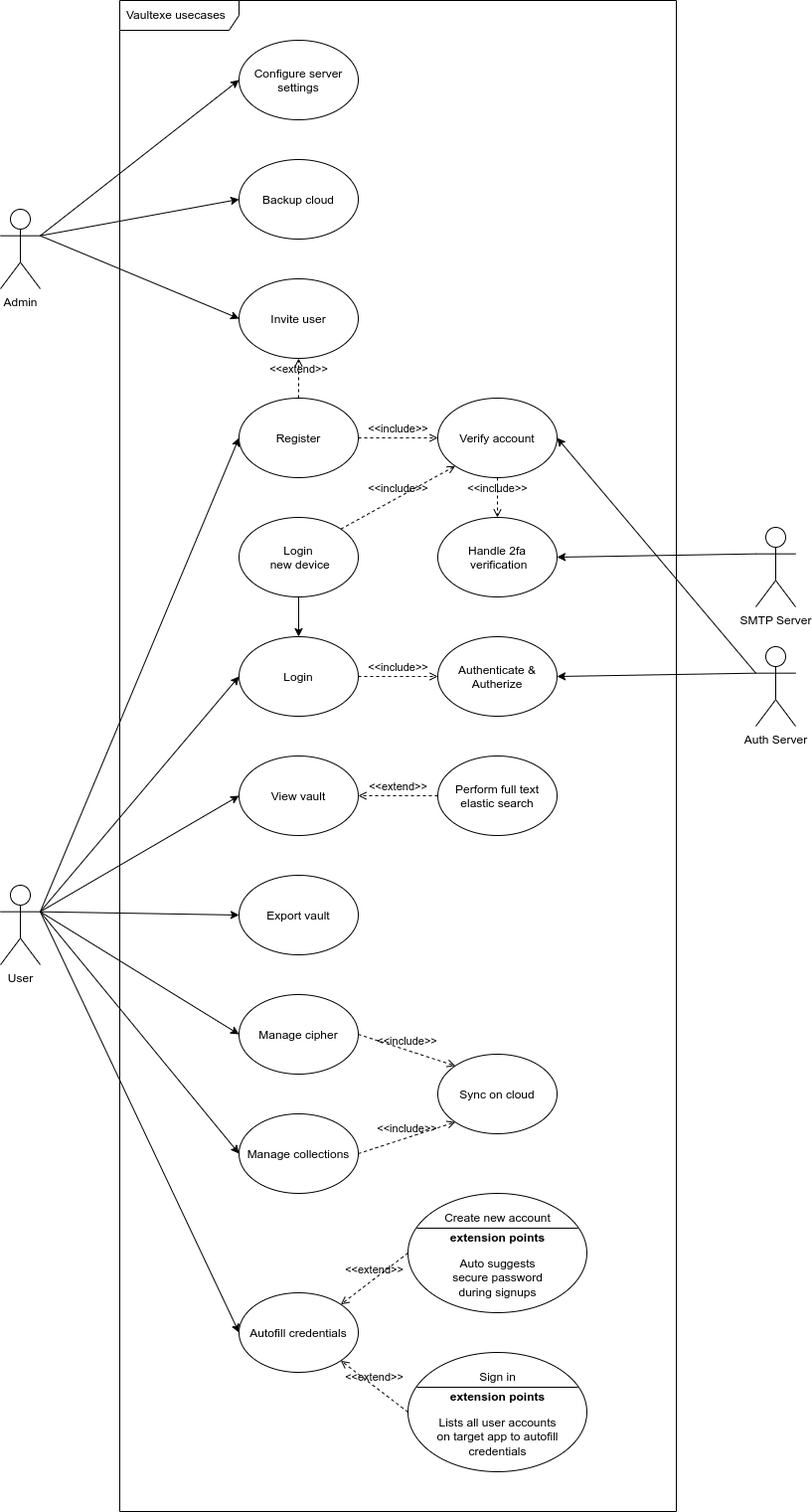
The draw.io diagram usecase.drawio.png in Vaultexe/diagrams, before a commit. Source tidied: cells renumbered, new cells last; positions are measured from the earlier drawing's top-left corner, leaving out a move shared by most shapes.
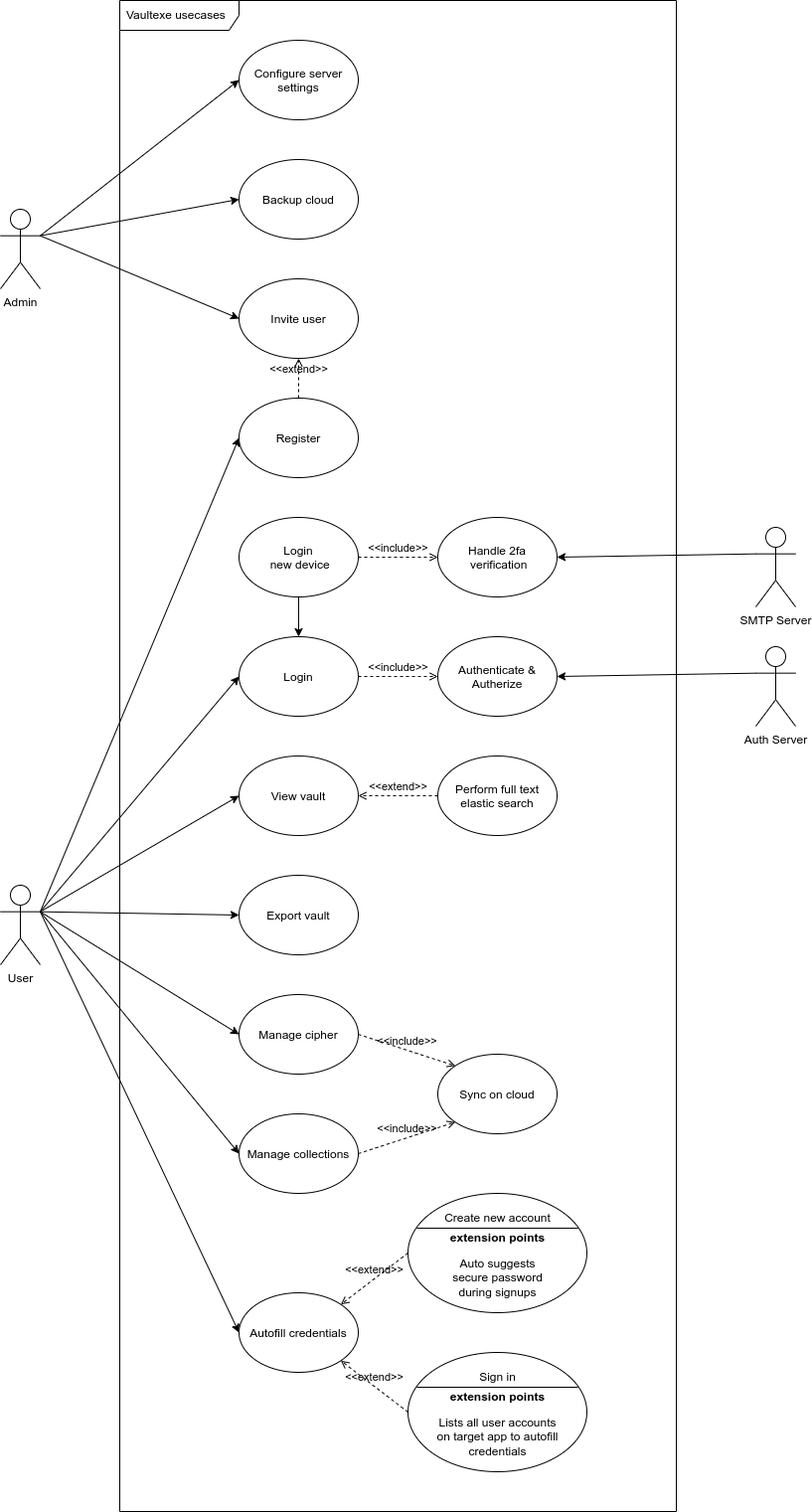
After the change.

Commit message:
Shrink usecase diagram again

Change to the diagram source:
```diff
@@ -50,18 +50,9 @@
     <mxCell id="17" value="Configure server&#10;settings" style="ellipse;rounded=0;" parent="1" vertex="1">
       <mxGeometry x="240" y="40" width="120" height="80" as="geometry" />
     </mxCell>
-    <mxCell id="18" value="Verify account" style="ellipse;rounded=0;" parent="1" vertex="1">
-      <mxGeometry x="440" y="400" width="120" height="80" as="geometry" />
-    </mxCell>
     <mxCell id="19" value="Handle 2fa&#10; verification" style="ellipse;rounded=0;" parent="1" vertex="1">
       <mxGeometry x="440" y="520" width="120" height="80" as="geometry" />
     </mxCell>
-    <mxCell id="20" value="&amp;lt;&amp;lt;include&amp;gt;&amp;gt;" style="html=1;verticalAlign=bottom;labelBackgroundColor=none;endArrow=open;endFill=0;dashed=1;exitX=1;exitY=0.5;exitDx=0;exitDy=0;entryX=0;entryY=0.5;entryDx=0;entryDy=0;rounded=0;" parent="1" edge="1" source="11" target="18">
-      <mxGeometry relative="1" as="geometry" />
-    </mxCell>
-    <mxCell id="21" value="&amp;lt;&amp;lt;include&amp;gt;&amp;gt;" style="html=1;verticalAlign=bottom;labelBackgroundColor=none;endArrow=open;endFill=0;dashed=1;exitX=0.5;exitY=1;exitDx=0;exitDy=0;entryX=0.5;entryY=0;entryDx=0;entryDy=0;rounded=0;" parent="1" edge="1" source="18" target="19">
-      <mxGeometry relative="1" as="geometry" />
-    </mxCell>
     <mxCell id="22" value="Authenticate &amp;&#10;Autherize" style="ellipse;rounded=0;" parent="1" vertex="1">
       <mxGeometry x="440" y="640" width="120" height="80" as="geometry" />
     </mxCell>
@@ -71,7 +62,7 @@
     <mxCell id="24" value="Login&#10; new device" style="ellipse;rounded=0;" parent="1" vertex="1">
       <mxGeometry x="240" y="520" width="120" height="80" as="geometry" />
     </mxCell>
-    <mxCell id="25" value="&amp;lt;&amp;lt;include&amp;gt;&amp;gt;" style="html=1;verticalAlign=bottom;labelBackgroundColor=none;endArrow=open;endFill=0;dashed=1;exitX=1;exitY=0;exitDx=0;exitDy=0;entryX=0;entryY=1;entryDx=0;entryDy=0;rounded=0;" parent="1" edge="1" source="24" target="18">
+    <mxCell id="25" value="&amp;lt;&amp;lt;include&amp;gt;&amp;gt;" style="html=1;verticalAlign=bottom;labelBackgroundColor=none;endArrow=open;endFill=0;dashed=1;exitX=1;exitY=0.5;exitDx=0;exitDy=0;entryX=0;entryY=0.5;entryDx=0;entryDy=0;rounded=0;" parent="1" edge="1" source="24" target="19">
       <mxGeometry relative="1" as="geometry" />
     </mxCell>
     <mxCell id="26" value="&amp;lt;&amp;lt;include&amp;gt;&amp;gt;" style="html=1;verticalAlign=bottom;labelBackgroundColor=none;endArrow=open;endFill=0;dashed=1;exitX=1;exitY=0.5;exitDx=0;exitDy=0;entryX=0;entryY=0.5;entryDx=0;entryDy=0;rounded=0;" parent="1" edge="1" source="12" target="22">
@@ -110,9 +101,6 @@
     <mxCell id="37" style="edgeStyle=none;html=1;exitX=0;exitY=0.3333333333333333;exitDx=0;exitDy=0;exitPerimeter=0;entryX=1;entryY=0.5;entryDx=0;entryDy=0;" parent="1" edge="1" source="39" target="22">
       <mxGeometry relative="1" as="geometry" />
     </mxCell>
-    <mxCell id="38" style="edgeStyle=none;html=1;entryX=1;entryY=0.5;entryDx=0;entryDy=0;exitX=0;exitY=0.3333333333333333;exitDx=0;exitDy=0;exitPerimeter=0;" parent="1" edge="1" source="39" target="18">
-      <mxGeometry relative="1" as="geometry" />
-    </mxCell>
     <mxCell id="39" value="Auth Server" style="shape=umlActor;verticalLabelPosition=bottom;verticalAlign=top;html=1;rounded=0;" parent="1" vertex="1">
       <mxGeometry x="760" y="650" width="40" height="80" as="geometry" />
     </mxCell>
```
